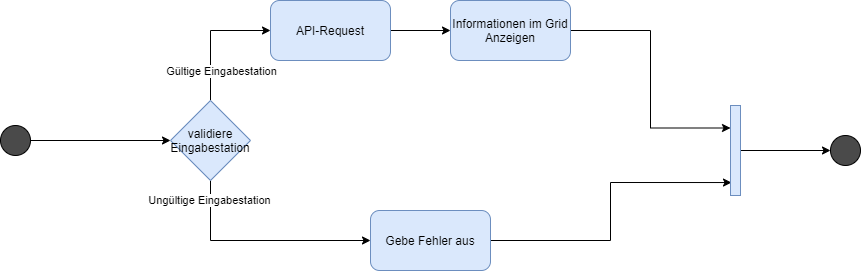
Before: docs/.gitbook/assets/aktivitaetsdiagramm (1).png, a diagram exported from draw.io (DeNic0la/modul-318-student). Source tidied: cells renumbered, new cells last; positions are measured from the earlier drawing's top-left corner, leaving out a move shared by most shapes. Its diagram source:
```xml
<mxGraphModel>
  <root>
    <mxCell id="0" style="html=1;" />
    <mxCell id="1" style="html=1;" parent="0" />
    <mxCell id="2" style="edgeStyle=orthogonalEdgeStyle;rounded=0;jettySize=auto;html=1;exitX=1;exitY=0.5;exitDx=0;exitDy=0;" parent="1" edge="1" source="3" target="11">
      <mxGeometry relative="1" as="geometry" />
    </mxCell>
    <mxCell id="3" style="ellipse;whiteSpace=wrap;html=1;fillColor=#4A4A4A;" parent="1" vertex="1">
      <mxGeometry y="125" width="30" height="30" as="geometry" />
    </mxCell>
    <mxCell id="4" style="ellipse;whiteSpace=wrap;html=1;fillColor=#4A4A4A;" parent="1" vertex="1">
      <mxGeometry x="830" y="135" width="30" height="30" as="geometry" />
    </mxCell>
    <mxCell id="5" style="edgeStyle=orthogonalEdgeStyle;rounded=0;jettySize=auto;html=1;entryX=0.1;entryY=0.856;entryDx=0;entryDy=0;entryPerimeter=0;" parent="1" edge="1" source="6" target="17">
      <mxGeometry relative="1" as="geometry" />
    </mxCell>
    <mxCell id="6" value="Gebe Fehler aus" style="rounded=1;whiteSpace=wrap;html=1;fillColor=#dae8fc;strokeColor=#6c8ebf;" parent="1" vertex="1">
      <mxGeometry x="370" y="210" width="120" height="60" as="geometry" />
    </mxCell>
    <mxCell id="7" style="edgeStyle=orthogonalEdgeStyle;rounded=0;jettySize=auto;html=1;entryX=0;entryY=0.5;entryDx=0;entryDy=0;" parent="1" edge="1" source="11" target="6">
      <mxGeometry relative="1" as="geometry">
        <Array as="points">
          <mxPoint x="210" y="240" />
        </Array>
      </mxGeometry>
    </mxCell>
    <mxCell id="8" value="Ungültige Eingabestation" style="edgeLabel;html=1;align=center;verticalAlign=middle;" parent="7" vertex="1">
      <mxGeometry x="-0.83" y="-2" relative="1" as="geometry" />
    </mxCell>
    <mxCell id="9" style="edgeStyle=orthogonalEdgeStyle;rounded=0;jettySize=auto;html=1;exitX=0.5;exitY=0;exitDx=0;exitDy=0;entryX=0;entryY=0.5;entryDx=0;entryDy=0;" parent="1" edge="1" source="11" target="13">
      <mxGeometry relative="1" as="geometry" />
    </mxCell>
    <mxCell id="10" value="Gültige Eingabestation" style="edgeLabel;html=1;align=center;verticalAlign=middle;" parent="9" vertex="1">
      <mxGeometry x="-0.09" y="-2" relative="1" as="geometry">
        <mxPoint x="8" y="29" as="offset" />
      </mxGeometry>
    </mxCell>
    <mxCell id="11" value="validiere Eingabestation" style="rhombus;whiteSpace=wrap;html=1;fillColor=#dae8fc;strokeColor=#6c8ebf;" parent="1" vertex="1">
      <mxGeometry x="170" y="100" width="80" height="80" as="geometry" />
    </mxCell>
    <mxCell id="12" style="edgeStyle=orthogonalEdgeStyle;rounded=0;jettySize=auto;html=1;exitX=1;exitY=0.5;exitDx=0;exitDy=0;entryX=0;entryY=0.5;entryDx=0;entryDy=0;" parent="1" edge="1" source="13" target="15">
      <mxGeometry relative="1" as="geometry" />
    </mxCell>
    <mxCell id="13" value="API-Request" style="rounded=1;whiteSpace=wrap;html=1;fillColor=#dae8fc;strokeColor=#6c8ebf;" parent="1" vertex="1">
      <mxGeometry x="270" width="120" height="60" as="geometry" />
    </mxCell>
    <mxCell id="14" style="edgeStyle=orthogonalEdgeStyle;rounded=0;jettySize=auto;html=1;entryX=0;entryY=0.25;entryDx=0;entryDy=0;" parent="1" edge="1" source="15" target="17">
      <mxGeometry relative="1" as="geometry" />
    </mxCell>
    <mxCell id="15" value="Informationen im Grid Anzeigen" style="rounded=1;whiteSpace=wrap;html=1;fillColor=#dae8fc;strokeColor=#6c8ebf;" parent="1" vertex="1">
      <mxGeometry x="450" width="120" height="60" as="geometry" />
    </mxCell>
    <mxCell id="16" style="edgeStyle=orthogonalEdgeStyle;rounded=0;jettySize=auto;html=1;entryX=0;entryY=0.5;entryDx=0;entryDy=0;" parent="1" edge="1" source="17" target="4">
      <mxGeometry relative="1" as="geometry" />
    </mxCell>
    <mxCell id="17" style="rounded=0;whiteSpace=wrap;html=1;fillColor=#dae8fc;strokeColor=#6c8ebf;" parent="1" vertex="1">
      <mxGeometry x="730" y="105" width="10" height="90" as="geometry" />
    </mxCell>
  </root>
</mxGraphModel>
```
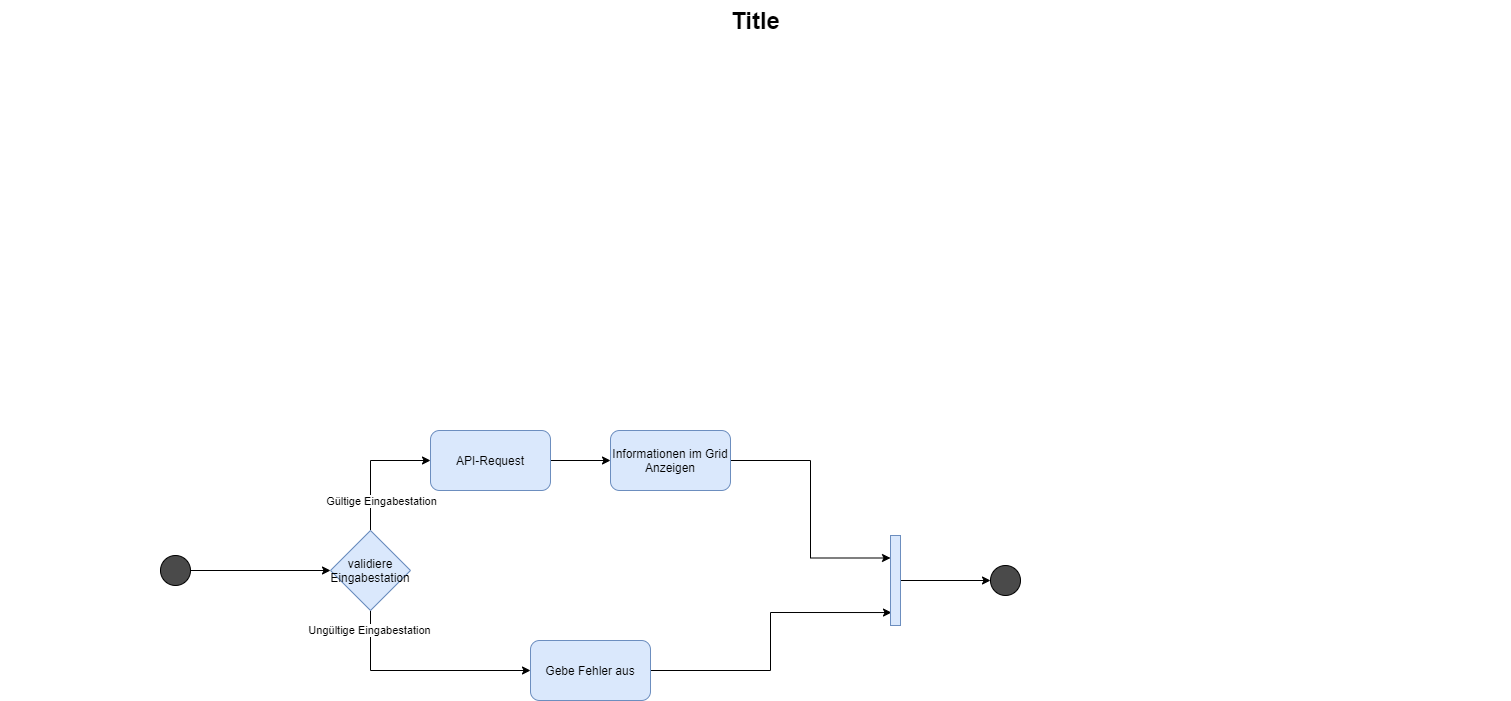
After the change.

What changed in the source:
```diff
@@ -2,6 +2,9 @@
   <root>
     <mxCell id="0" style="html=1;" />
     <mxCell id="1" style="html=1;" parent="0" />
+    <mxCell id="18" value="Title" style="text;strokeColor=none;fillColor=none;html=1;fontSize=24;fontStyle=1;verticalAlign=middle;align=center;" parent="1" vertex="1">
+      <mxGeometry x="-160" y="-430" width="1510" height="40" as="geometry" />
+    </mxCell>
     <mxCell id="2" style="edgeStyle=orthogonalEdgeStyle;rounded=0;jettySize=auto;html=1;exitX=1;exitY=0.5;exitDx=0;exitDy=0;" parent="1" edge="1" source="3" target="11">
       <mxGeometry relative="1" as="geometry" />
     </mxCell>
```
